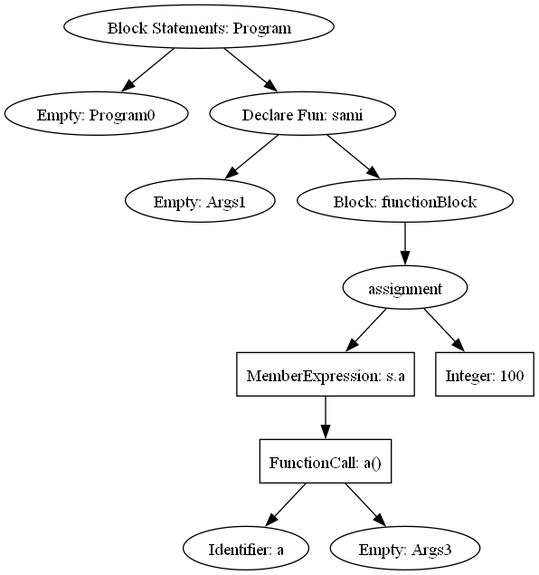
Before: test.png, a diagram exported from Graphviz (ironicDude/compiler). Its source is kept beside it as test.gv.
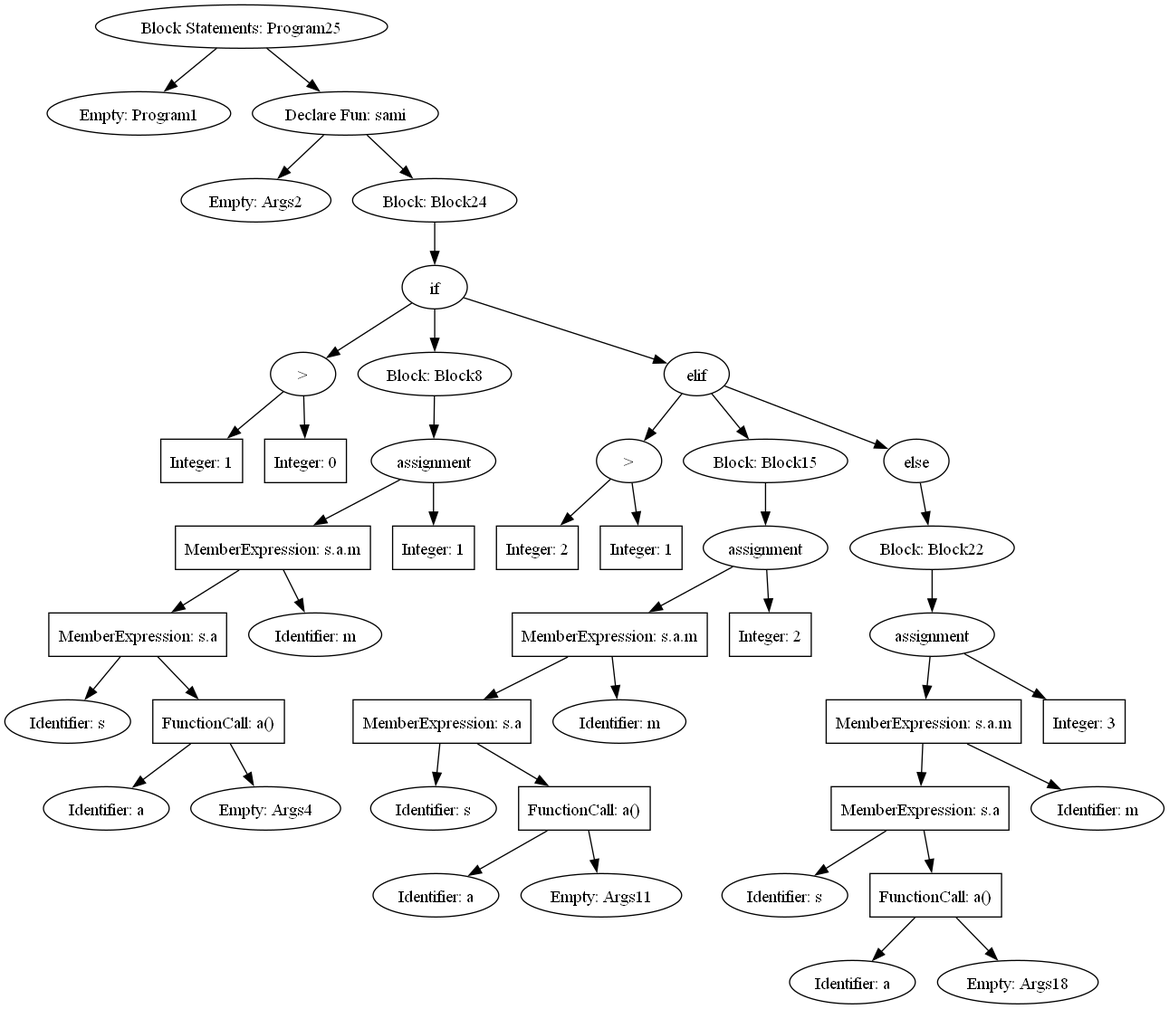
After the change.

Change to the diagram source:
```diff
@@ -1,23 +1,89 @@
 digraph G {
-	Program [label="Block Statements: Program"]
-	Program -> Program0;
-	Program0 [label="Empty: Program0"]
-	Program -> sami;
+	Program25 [label="Block Statements: Program25"]
+	Program25 -> Program1;
+	Program1 [label="Empty: Program1"]
+	Program25 -> sami;
 	sami [label="Declare Fun: sami"]
-	sami -> Args1;
-	Args1 [label="Empty: Args1"]
-	sami -> functionBlock;
-	functionBlock [label="Block: functionBlock"]
-	functionBlock -> assignment;
-	assignment [label="assignment"]
-	assignment -> iden5;
-	iden5 [shape=box,label="MemberExpression: s.a"]
-	iden5 -> a;
-	a [shape=box,label="FunctionCall: a()"]
-	a -> iden4;
-	iden4 [label="Identifier: a"]
-	a -> Args3;
-	Args3 [label="Empty: Args3"]
-	assignment -> INTEGER;
-	INTEGER [shape=box,label="Integer: 100"]
+	sami -> Args2;
+	Args2 [label="Empty: Args2"]
+	sami -> Block24;
+	Block24 [label="Block: Block24"]
+	Block24 -> ConditionalStatement_if9;
+	ConditionalStatement_if9 [label="if"]
+	ConditionalStatement_if9 -> BinaryLogicalExpression_Integer2GREATERTHANInteger3;
+	BinaryLogicalExpression_Integer2GREATERTHANInteger3 [label=">"]
+	BinaryLogicalExpression_Integer2GREATERTHANInteger3 -> Integer2;
+	Integer2 [shape=box,label="Integer: 1"]
+	BinaryLogicalExpression_Integer2GREATERTHANInteger3 -> Integer3;
+	Integer3 [shape=box,label="Integer: 0"]
+	ConditionalStatement_if9 -> Block8;
+	Block8 [label="Block: Block8"]
+	Block8 -> assignment7;
+	assignment7 [label="assignment"]
+	assignment7 -> identifire3a5identifire6;
+	identifire3a5identifire6 [shape=box,label="MemberExpression: s.a.m"]
+	identifire3a5identifire6 -> identifire3a5;
+	identifire3a5 [shape=box,label="MemberExpression: s.a"]
+	identifire3a5 -> identifire3;
+	identifire3 [label="Identifier: s"]
+	identifire3a5 -> a5;
+	a5 [shape=box,label="FunctionCall: a()"]
+	a5 -> IDENTIFIER5;
+	IDENTIFIER5 [label="Identifier: a"]
+	a5 -> Args4;
+	Args4 [label="Empty: Args4"]
+	identifire3a5identifire6 -> identifire6;
+	identifire6 [label="Identifier: m"]
+	assignment7 -> Integer7;
+	Integer7 [shape=box,label="Integer: 1"]
+	ConditionalStatement_if9 -> ConditionalStatement_elif16;
+	ConditionalStatement_elif16 [label="elif"]
+	ConditionalStatement_elif16 -> BinaryLogicalExpression_Integer8GREATERTHANInteger9;
+	BinaryLogicalExpression_Integer8GREATERTHANInteger9 [label=">"]
+	BinaryLogicalExpression_Integer8GREATERTHANInteger9 -> Integer8;
+	Integer8 [shape=box,label="Integer: 2"]
+	BinaryLogicalExpression_Integer8GREATERTHANInteger9 -> Integer9;
+	Integer9 [shape=box,label="Integer: 1"]
+	ConditionalStatement_elif16 -> Block15;
+	Block15 [label="Block: Block15"]
+	Block15 -> assignment14;
+	assignment14 [label="assignment"]
+	assignment14 -> identifire10a12identifire13;
+	identifire10a12identifire13 [shape=box,label="MemberExpression: s.a.m"]
+	identifire10a12identifire13 -> identifire10a12;
+	identifire10a12 [shape=box,label="MemberExpression: s.a"]
+	identifire10a12 -> identifire10;
+	identifire10 [label="Identifier: s"]
+	identifire10a12 -> a12;
+	a12 [shape=box,label="FunctionCall: a()"]
+	a12 -> IDENTIFIER11;
+	IDENTIFIER11 [label="Identifier: a"]
+	a12 -> Args11;
+	Args11 [label="Empty: Args11"]
+	identifire10a12identifire13 -> identifire13;
+	identifire13 [label="Identifier: m"]
+	assignment14 -> Integer13;
+	Integer13 [shape=box,label="Integer: 2"]
+	ConditionalStatement_elif16 -> ConditionalStatement_else23;
+	ConditionalStatement_else23 [label="else"]
+	ConditionalStatement_else23 -> Block22;
+	Block22 [label="Block: Block22"]
+	Block22 -> assignment21;
+	assignment21 [label="assignment"]
+	assignment21 -> identifire17a19identifire20;
+	identifire17a19identifire20 [shape=box,label="MemberExpression: s.a.m"]
+	identifire17a19identifire20 -> identifire17a19;
+	identifire17a19 [shape=box,label="MemberExpression: s.a"]
+	identifire17a19 -> identifire17;
+	identifire17 [label="Identifier: s"]
+	identifire17a19 -> a19;
+	a19 [shape=box,label="FunctionCall: a()"]
+	a19 -> IDENTIFIER15;
+	IDENTIFIER15 [label="Identifier: a"]
+	a19 -> Args18;
+	Args18 [label="Empty: Args18"]
+	identifire17a19identifire20 -> identifire20;
+	identifire20 [label="Identifier: m"]
+	assignment21 -> Integer17;
+	Integer17 [shape=box,label="Integer: 3"]
 }
```
